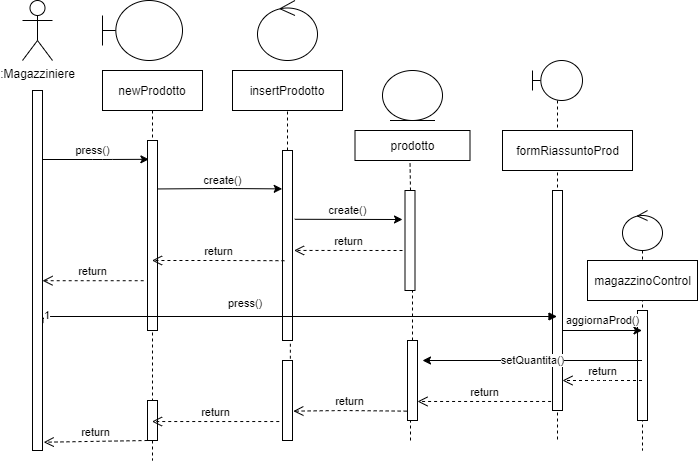
Earlier version of the draw.io export Object&SequenceDiagram/SD_6.png (Ciro-Fusco/NewDM). Source tidied: cells renumbered, new cells last; positions are measured from the earlier drawing's top-left corner, leaving out a move shared by most shapes.
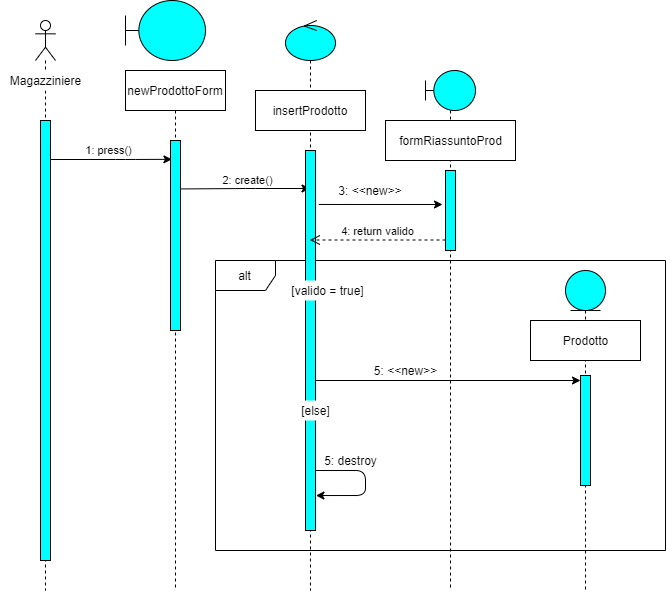
Later version of the same file.

Commit message:
modifica Object and sequence diagram n6

The edit, as a diff of the source:
```diff
@@ -2,164 +2,105 @@
   <root>
     <mxCell id="0" />
     <mxCell id="1" parent="0" />
+    <mxCell id="42" value="alt" style="shape=umlFrame;whiteSpace=wrap;html=1;fillColor=#FFFFFF;" parent="1" vertex="1">
+      <mxGeometry x="170" y="260" width="450" height="290" as="geometry" />
+    </mxCell>
-    <mxCell id="2" value="newProdotto" style="shape=umlLifeline;perimeter=lifelinePerimeter;rounded=0;shadow=0;strokeWidth=1;" parent="1" vertex="1">
-      <mxGeometry x="80" y="70" width="100" height="390" as="geometry" />
+    <mxCell id="2" value="newProdottoForm" style="shape=umlLifeline;perimeter=lifelinePerimeter;rounded=0;shadow=0;strokeWidth=1;fillColor=#FFFFFF;" parent="1" vertex="1">
+      <mxGeometry x="80" y="70" width="100" height="520" as="geometry" />
     </mxCell>
-    <mxCell id="3" style="points=[];perimeter=orthogonalPerimeter;rounded=0;shadow=0;strokeWidth=1;" parent="2" vertex="1">
+    <mxCell id="3" style="points=[];perimeter=orthogonalPerimeter;rounded=0;shadow=0;strokeWidth=1;fillColor=#00FFFF;" parent="2" vertex="1">
       <mxGeometry x="45" y="70" width="10" height="190" as="geometry" />
     </mxCell>
-    <mxCell id="4" style="html=1;points=[];perimeter=orthogonalPerimeter;" parent="2" vertex="1">
-      <mxGeometry x="45" y="330" width="10" height="40" as="geometry" />
-    </mxCell>
-    <mxCell id="5" value=":Magazziniere" style="shape=umlActor;verticalLabelPosition=bottom;verticalAlign=top;html=1;" parent="1" vertex="1">
-      <mxGeometry width="30" height="60" as="geometry" />
-    </mxCell>
-    <mxCell id="6" style="html=1;points=[];perimeter=orthogonalPerimeter;" parent="1" vertex="1">
-      <mxGeometry x="10" y="90" width="10" height="360" as="geometry" />
-    </mxCell>
-    <mxCell id="7" style="shape=umlBoundary;whiteSpace=wrap;html=1;" parent="1" vertex="1">
+    <mxCell id="7" style="shape=umlBoundary;whiteSpace=wrap;html=1;fillColor=#00FFFF;" parent="1" vertex="1">
       <mxGeometry x="80" width="80" height="60" as="geometry" />
     </mxCell>
-    <mxCell id="8" value="press()" style="endArrow=classic;html=1;entryX=0.138;entryY=0.099;entryDx=0;entryDy=0;entryPerimeter=0;" parent="1" edge="1" source="6" target="3">
+    <mxCell id="8" value="1: press()" style="endArrow=classic;html=1;entryX=0.138;entryY=0.099;entryDx=0;entryDy=0;entryPerimeter=0;fillColor=#00FFFF;" parent="1" edge="1" source="58" target="3">
       <mxGeometry x="-0.06" y="9" relative="1" as="geometry">
         <Array as="points">
           <mxPoint x="80" y="159" />
         </Array>
       </mxGeometry>
     </mxCell>
+    <mxCell id="14" value="2: create()" style="endArrow=classic;html=1;exitX=1.027;exitY=0.255;exitDx=0;exitDy=0;exitPerimeter=0;fillColor=#00FFFF;" parent="1" edge="1" source="3" target="47">
+      <mxGeometry x="0.04" y="8" relative="1" as="geometry">
+        <Array as="points">
+          <mxPoint x="200" y="188" />
+        </Array>
+      </mxGeometry>
+    </mxCell>
+    <mxCell id="43" style="shape=umlLifeline;participant=umlEntity;perimeter=lifelinePerimeter;whiteSpace=wrap;html=1;verticalAlign=top;spacingTop=36;fillColor=#00FFFF;" parent="1" vertex="1">
+      <mxGeometry x="520" y="270" width="40" height="320" as="geometry" />
+    </mxCell>
+    <mxCell id="44" style="html=1;points=[];perimeter=orthogonalPerimeter;fillColor=#00FFFF;" parent="43" vertex="1">
+      <mxGeometry x="15" y="105" width="10" height="110" as="geometry" />
+    </mxCell>
+    <mxCell id="45" style="shape=umlLifeline;participant=umlBoundary;perimeter=lifelinePerimeter;whiteSpace=wrap;html=1;verticalAlign=top;spacingTop=36;fillColor=#00FFFF;" parent="1" vertex="1">
+      <mxGeometry x="380" y="70" width="50" height="520" as="geometry" />
+    </mxCell>
+    <mxCell id="46" style="html=1;perimeter=orthogonalPerimeter;fillColor=#00FFFF;" parent="45" vertex="1">
+      <mxGeometry x="20" y="100" width="10" height="80" as="geometry" />
+    </mxCell>
+    <mxCell id="26" value="formRiassuntoProd" style="html=1;fillColor=#FFFFFF;" parent="1" vertex="1">
+      <mxGeometry x="340" y="120" width="130" height="40" as="geometry" />
+    </mxCell>
+    <mxCell id="47" style="shape=umlLifeline;participant=umlControl;perimeter=lifelinePerimeter;whiteSpace=wrap;html=1;verticalAlign=top;spacingTop=36;outlineConnect=0;fillColor=#00FFFF;" parent="1" vertex="1">
+      <mxGeometry x="240" y="20" width="50" height="570" as="geometry" />
+    </mxCell>
+    <mxCell id="48" style="html=1;points=[];perimeter=orthogonalPerimeter;fillColor=#00FFFF;" parent="47" vertex="1">
+      <mxGeometry x="20" y="130" width="10" height="380" as="geometry" />
+    </mxCell>
+    <mxCell id="49" style="endArrow=classic;html=1;entryX=1.041;entryY=0.908;entryDx=0;entryDy=0;entryPerimeter=0;fillColor=#00FFFF;" parent="47" edge="1" source="48" target="48">
+      <mxGeometry relative="1" as="geometry">
+        <Array as="points">
+          <mxPoint x="80" y="450" />
+          <mxPoint x="80" y="475" />
+        </Array>
+      </mxGeometry>
+    </mxCell>
-    <mxCell id="9" value="insertProdotto" style="rounded=0;whiteSpace=wrap;html=1;align=center;" parent="1" vertex="1">
-      <mxGeometry x="210" y="70" width="110" height="40" as="geometry" />
+    <mxCell id="9" value="insertProdotto" style="rounded=0;whiteSpace=wrap;html=1;align=center;fillColor=#FFFFFF;" parent="1" vertex="1">
+      <mxGeometry x="210" y="90" width="110" height="40" as="geometry" />
     </mxCell>
-    <mxCell id="10" style="ellipse;shape=umlControl;whiteSpace=wrap;html=1;" parent="1" vertex="1">
-      <mxGeometry x="235" width="60" height="60" as="geometry" />
-    </mxCell>
-    <mxCell id="11" style="endArrow=none;dashed=1;html=1;entryX=0.5;entryY=1;entryDx=0;entryDy=0;" parent="1" edge="1" target="9">
-      <mxGeometry relative="1" as="geometry">
-        <mxPoint x="265" y="150" as="sourcePoint" />
-      </mxGeometry>
-    </mxCell>
-    <mxCell id="12" style="html=1;points=[];perimeter=orthogonalPerimeter;" parent="1" vertex="1">
-      <mxGeometry x="260" y="150" width="10" height="190" as="geometry" />
-    </mxCell>
-    <mxCell id="13" style="endArrow=none;dashed=1;html=1;exitX=0.786;exitY=1.017;exitDx=0;exitDy=0;exitPerimeter=0;" parent="1" edge="1" source="12" target="38">
-      <mxGeometry relative="1" as="geometry" />
-    </mxCell>
-    <mxCell id="14" value="create()" style="endArrow=classic;html=1;exitX=1.027;exitY=0.255;exitDx=0;exitDy=0;exitPerimeter=0;entryX=-0.029;entryY=0.202;entryDx=0;entryDy=0;entryPerimeter=0;" parent="1" edge="1" source="3" target="12">
-      <mxGeometry x="0.04" y="8" relative="1" as="geometry">
-        <Array as="points">
-          <mxPoint x="200" y="188" />
-        </Array>
-      </mxGeometry>
-    </mxCell>
-    <mxCell id="15" value="prodotto" style="rounded=0;whiteSpace=wrap;html=1;" parent="1" vertex="1">
-      <mxGeometry x="332.5" y="130" width="115" height="30" as="geometry" />
-    </mxCell>
-    <mxCell id="16" style="endArrow=none;dashed=1;html=1;entryX=0.5;entryY=1;entryDx=0;entryDy=0;" parent="1" edge="1">
-      <mxGeometry relative="1" as="geometry">
-        <mxPoint x="388" y="190" as="sourcePoint" />
-        <mxPoint x="387.5" y="160" as="targetPoint" />
-      </mxGeometry>
-    </mxCell>
-    <mxCell id="17" style="html=1;points=[];perimeter=orthogonalPerimeter;" parent="1" vertex="1">
-      <mxGeometry x="382.5" y="190" width="10" height="100" as="geometry" />
-    </mxCell>
-    <mxCell id="18" value="create()" style="endArrow=classic;html=1;exitX=1.23;exitY=0.362;exitDx=0;exitDy=0;exitPerimeter=0;entryX=-0.25;entryY=0.29;entryDx=0;entryDy=0;entryPerimeter=0;" parent="1" edge="1" source="12" target="17">
-      <mxGeometry x="-0.01" y="9" relative="1" as="geometry" />
-    </mxCell>
-    <mxCell id="19" style="endArrow=none;dashed=1;html=1;" parent="1" edge="1" source="35" target="17">
-      <mxGeometry relative="1" as="geometry" />
-    </mxCell>
-    <mxCell id="20" style="ellipse;shape=umlEntity;whiteSpace=wrap;html=1;" parent="1" vertex="1">
-      <mxGeometry x="360" y="70" width="60" height="50" as="geometry" />
-    </mxCell>
-    <mxCell id="21" value="return" style="html=1;verticalAlign=bottom;endArrow=open;dashed=1;endSize=8;exitX=-0.25;exitY=0.6;exitDx=0;exitDy=0;exitPerimeter=0;entryX=1.156;entryY=0.526;entryDx=0;entryDy=0;entryPerimeter=0;" parent="1" edge="1" source="17" target="12">
-      <mxGeometry relative="1" as="geometry" />
-    </mxCell>
-    <mxCell id="22" value="return" style="html=1;verticalAlign=bottom;endArrow=open;dashed=1;endSize=8;exitX=0.193;exitY=0.58;exitDx=0;exitDy=0;exitPerimeter=0;" parent="1" edge="1" source="12" target="2">
-      <mxGeometry relative="1" as="geometry">
-        <Array as="points">
-          <mxPoint x="200" y="260" />
-        </Array>
-      </mxGeometry>
-    </mxCell>
-    <mxCell id="23" value="return" style="html=1;verticalAlign=bottom;endArrow=open;dashed=1;endSize=8;exitX=-0.381;exitY=0.738;exitDx=0;exitDy=0;exitPerimeter=0;" parent="1" edge="1" source="3" target="6">
-      <mxGeometry relative="1" as="geometry" />
-    </mxCell>
-    <mxCell id="24" style="shape=umlLifeline;participant=umlBoundary;perimeter=lifelinePerimeter;whiteSpace=wrap;html=1;verticalAlign=top;spacingTop=36;outlineConnect=0;" parent="1" vertex="1">
-      <mxGeometry x="510" y="60" width="50" height="380" as="geometry" />
-    </mxCell>
-    <mxCell id="25" style="html=1;points=[];perimeter=orthogonalPerimeter;" parent="24" vertex="1">
-      <mxGeometry x="20" y="130" width="10" height="220" as="geometry" />
-    </mxCell>
-    <mxCell id="26" value="formRiassuntoProd" style="html=1;" parent="1" vertex="1">
-      <mxGeometry x="480" y="130" width="130" height="40" as="geometry" />
-    </mxCell>
-    <mxCell id="27" value="press()" style="endArrow=block;endFill=1;html=1;edgeStyle=orthogonalEdgeStyle;align=left;verticalAlign=top;exitX=1.045;exitY=0.646;exitDx=0;exitDy=0;exitPerimeter=0;" parent="1" edge="1" source="6" target="24">
-      <mxGeometry x="-0.27" y="26" relative="1" as="geometry">
-        <Array as="points">
-          <mxPoint x="21" y="316" />
-        </Array>
-      </mxGeometry>
-    </mxCell>
-    <mxCell id="28" value="1" style="edgeLabel;html=1;align=left;verticalAlign=bottom;" parent="27" vertex="1">
-      <mxGeometry x="-1" relative="1" as="geometry" />
-    </mxCell>
-    <mxCell id="29" style="shape=umlLifeline;participant=umlControl;perimeter=lifelinePerimeter;whiteSpace=wrap;html=1;verticalAlign=top;spacingTop=36;outlineConnect=0;" parent="1" vertex="1">
-      <mxGeometry x="600" y="210" width="40" height="240" as="geometry" />
-    </mxCell>
-    <mxCell id="30" style="html=1;perimeter=orthogonalPerimeter;" parent="29" vertex="1">
-      <mxGeometry x="15" y="100" width="10" height="110" as="geometry" />
-    </mxCell>
-    <mxCell id="31" value="magazzinoControl" style="html=1;" parent="1" vertex="1">
-      <mxGeometry x="565" y="260" width="110" height="40" as="geometry" />
-    </mxCell>
-    <mxCell id="32" value="aggiornaProd()" style="endArrow=classic;html=1;" parent="1" edge="1" target="29">
-      <mxGeometry x="0.01" y="10" relative="1" as="geometry">
-        <mxPoint x="540" y="330" as="sourcePoint" />
-      </mxGeometry>
-    </mxCell>
-    <mxCell id="33" value="setQuantita()" style="endArrow=classic;html=1;" parent="1" edge="1" source="29">
-      <mxGeometry relative="1" as="geometry">
-        <mxPoint x="400" y="360" as="targetPoint" />
-        <Array as="points">
-          <mxPoint x="500" y="360" />
-        </Array>
-      </mxGeometry>
-    </mxCell>
-    <mxCell id="34" value="return" style="html=1;verticalAlign=bottom;endArrow=open;dashed=1;endSize=8;" parent="1" edge="1" source="29">
-      <mxGeometry relative="1" as="geometry">
-        <mxPoint x="540" y="380" as="targetPoint" />
-        <Array as="points">
-          <mxPoint x="580" y="380" />
-        </Array>
-      </mxGeometry>
-    </mxCell>
-    <mxCell id="35" style="html=1;points=[];perimeter=orthogonalPerimeter;" parent="1" vertex="1">
-      <mxGeometry x="385" y="340" width="10" height="80" as="geometry" />
-    </mxCell>
-    <mxCell id="36" style="endArrow=none;dashed=1;html=1;" parent="1" edge="1" target="35">
-      <mxGeometry relative="1" as="geometry">
-        <mxPoint x="388" y="440" as="sourcePoint" />
-      </mxGeometry>
-    </mxCell>
-    <mxCell id="37" value="return" style="html=1;verticalAlign=bottom;endArrow=open;dashed=1;endSize=8;exitX=-0.14;exitY=0.959;exitDx=0;exitDy=0;exitPerimeter=0;" parent="1" edge="1" source="25" target="35">
-      <mxGeometry relative="1" as="geometry" />
-    </mxCell>
-    <mxCell id="38" style="html=1;points=[];perimeter=orthogonalPerimeter;" parent="1" vertex="1">
-      <mxGeometry x="260" y="360" width="10" height="80" as="geometry" />
-    </mxCell>
-    <mxCell id="39" value="return" style="html=1;verticalAlign=bottom;endArrow=open;dashed=1;endSize=8;entryX=1.082;entryY=0.633;entryDx=0;entryDy=0;entryPerimeter=0;exitX=-0.084;exitY=0.883;exitDx=0;exitDy=0;exitPerimeter=0;" parent="1" edge="1" source="35" target="38">
-      <mxGeometry relative="1" as="geometry">
-        <Array as="points">
-          <mxPoint x="320" y="410" />
-        </Array>
-      </mxGeometry>
-    </mxCell>
-    <mxCell id="40" value="return" style="html=1;verticalAlign=bottom;endArrow=open;dashed=1;endSize=8;exitX=-0.325;exitY=0.763;exitDx=0;exitDy=0;exitPerimeter=0;" parent="1" edge="1" source="38" target="2">
-      <mxGeometry relative="1" as="geometry" />
-    </mxCell>
-    <mxCell id="41" value="return" style="html=1;verticalAlign=bottom;endArrow=open;dashed=1;endSize=8;entryX=1.119;entryY=0.977;entryDx=0;entryDy=0;entryPerimeter=0;" parent="1" edge="1" source="4" target="6">
-      <mxGeometry relative="1" as="geometry" />
-    </mxCell>
+    <mxCell id="50" value="4: return valido" style="html=1;verticalAlign=bottom;endArrow=open;dashed=1;endSize=8;fillColor=#00FFFF;" parent="1" edge="1" target="47">
+      <mxGeometry relative="1" as="geometry">
+        <mxPoint x="400" y="239.5" as="sourcePoint" />
+      </mxGeometry>
+    </mxCell>
+    <mxCell id="51" value="[valido = true]" style="text;html=1;strokeColor=none;align=center;verticalAlign=middle;whiteSpace=wrap;rounded=0;fillColor=#FFFFFF;" parent="1" vertex="1">
+      <mxGeometry x="240" y="280" width="85" height="20" as="geometry" />
+    </mxCell>
+    <mxCell id="52" value="Prodotto" style="html=1;fillColor=#FFFFFF;" parent="1" vertex="1">
+      <mxGeometry x="485" y="320" width="110" height="40" as="geometry" />
+    </mxCell>
+    <mxCell id="53" style="endArrow=classic;html=1;fillColor=#00FFFF;" parent="1" edge="1" target="44">
+      <mxGeometry relative="1" as="geometry">
+        <mxPoint x="270" y="380" as="sourcePoint" />
+      </mxGeometry>
+    </mxCell>
+    <mxCell id="54" value="5: &amp;lt;&amp;lt;new&amp;gt;&amp;gt;" style="text;html=1;align=center;verticalAlign=middle;" parent="1" vertex="1">
+      <mxGeometry x="320" y="360" width="80" height="20" as="geometry" />
+    </mxCell>
+    <mxCell id="55" value="[else]" style="text;html=1;align=center;verticalAlign=middle;fillColor=#FFFFFF;" parent="1" vertex="1">
+      <mxGeometry x="250" y="400" width="40" height="20" as="geometry" />
+    </mxCell>
+    <mxCell id="56" value="5: destroy" style="text;html=1;align=center;verticalAlign=middle;" parent="1" vertex="1">
+      <mxGeometry x="270" y="450" width="70" height="20" as="geometry" />
+    </mxCell>
+    <mxCell id="57" style="shape=umlLifeline;participant=umlActor;perimeter=lifelinePerimeter;whiteSpace=wrap;html=1;verticalAlign=top;spacingTop=36;fillColor=#FFFFFF;" parent="1" vertex="1">
+      <mxGeometry x="-10" y="20" width="20" height="570" as="geometry" />
+    </mxCell>
+    <mxCell id="58" style="html=1;points=[];perimeter=orthogonalPerimeter;fillColor=#00FFFF;" parent="57" vertex="1">
+      <mxGeometry x="5" y="100" width="10" height="440" as="geometry" />
+    </mxCell>
+    <mxCell id="59" value="Magazziniere" style="text;html=1;align=center;verticalAlign=middle;fillColor=#FFFFFF;" parent="1" vertex="1">
+      <mxGeometry x="-45" y="70" width="90" height="20" as="geometry" />
+    </mxCell>
+    <mxCell id="60" value="3: &amp;lt;&amp;lt;new&amp;gt;&amp;gt;" style="text;html=1;strokeColor=none;fillColor=none;align=center;verticalAlign=middle;whiteSpace=wrap;rounded=0;" parent="1" vertex="1">
+      <mxGeometry x="285" y="180" width="80" height="20" as="geometry" />
+    </mxCell>
+    <mxCell id="61" style="endArrow=classic;html=1;fillColor=#00FFFF;exitX=1.333;exitY=0.142;exitDx=0;exitDy=0;exitPerimeter=0;" parent="1" edge="1" source="48">
+      <mxGeometry relative="1" as="geometry">
+        <mxPoint x="397" y="204" as="targetPoint" />
+      </mxGeometry>
+    </mxCell>
   </root>
 </mxGraphModel>
```
